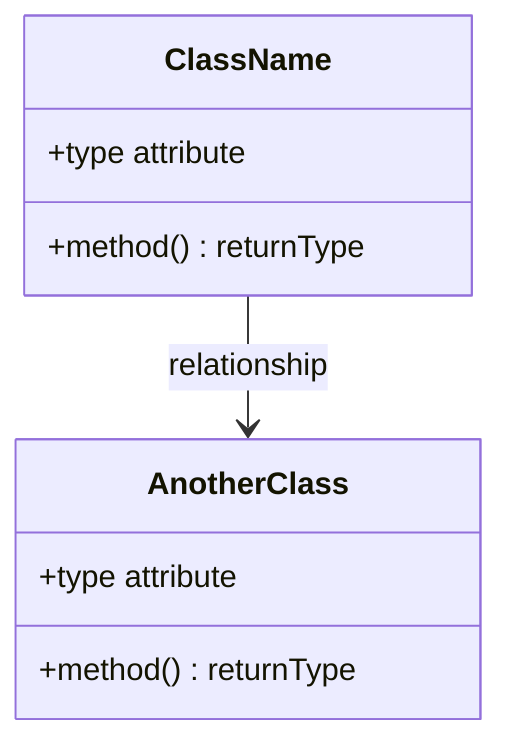
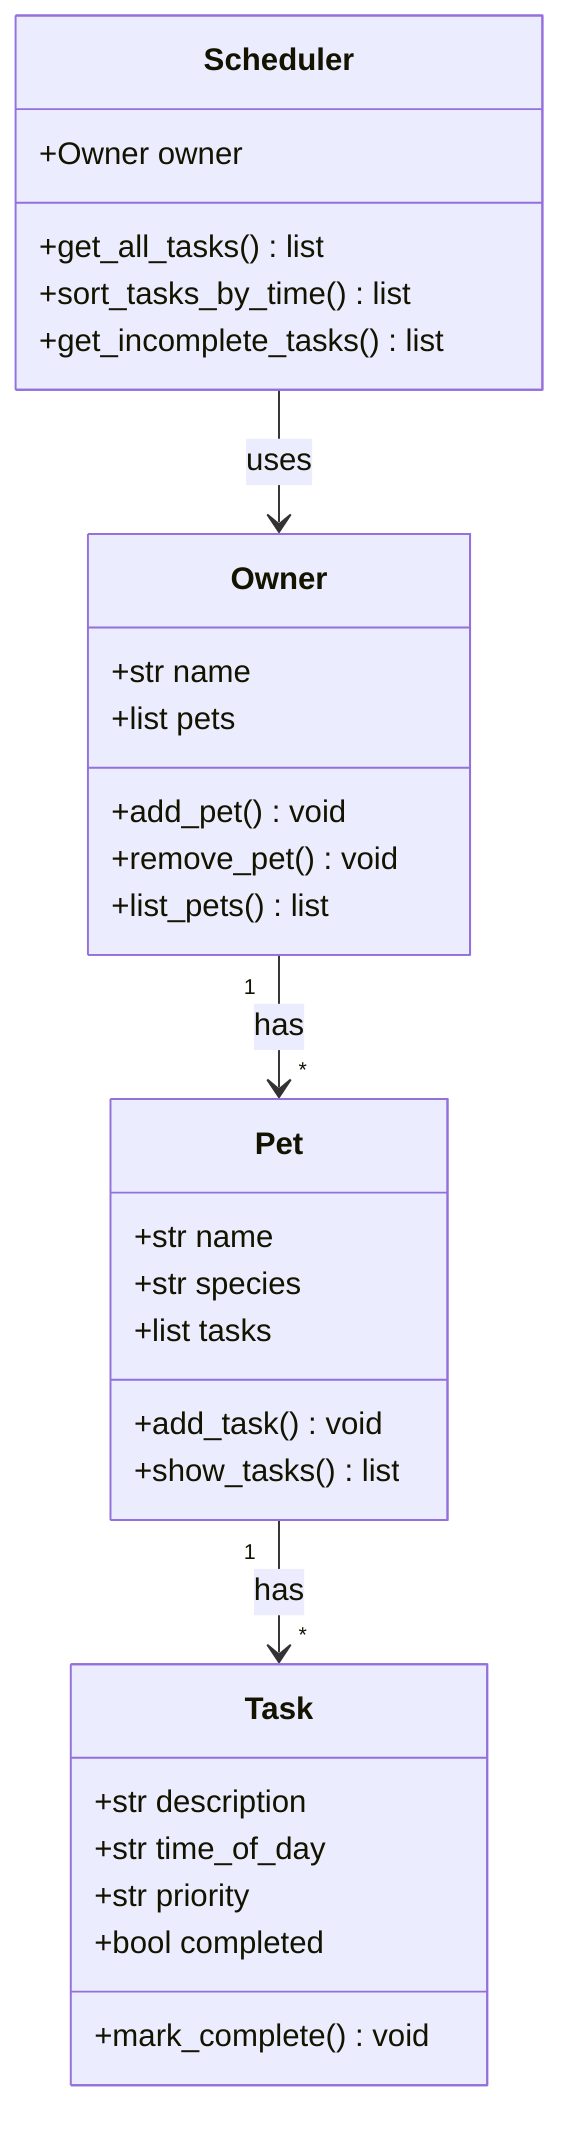
classDiagram
-     %% Replace the placeholders below with your actual classes, attributes, methods, and relationships.
-     %% Keep this file updated so it matches your final implementation.
+     %% PawPal+ — pet care app UML class diagram

-     class ClassName {
-         +type attribute
-         +method() returnType
+     class Owner {
+         +str name
+         +list pets
+         +add_pet() void
+         +remove_pet() void
+         +list_pets() list
    }

-     class AnotherClass {
-         +type attribute
-         +method() returnType
+     class Pet {
+         +str name
+         +str species
+         +list tasks
+         +add_task() void
+         +show_tasks() list
    }

-     ClassName --> AnotherClass : relationship
+     class Task {
+         +str description
+         +str time_of_day
+         +str priority
+         +bool completed
+         +mark_complete() void
+     }
+ 
+     class Scheduler {
+         +Owner owner
+         +get_all_tasks() list
+         +sort_tasks_by_time() list
+         +get_incomplete_tasks() list
+     }
+ 
+     Owner "1" --> "*" Pet : has
+     Pet "1" --> "*" Task : has
+     Scheduler --> Owner : uses
